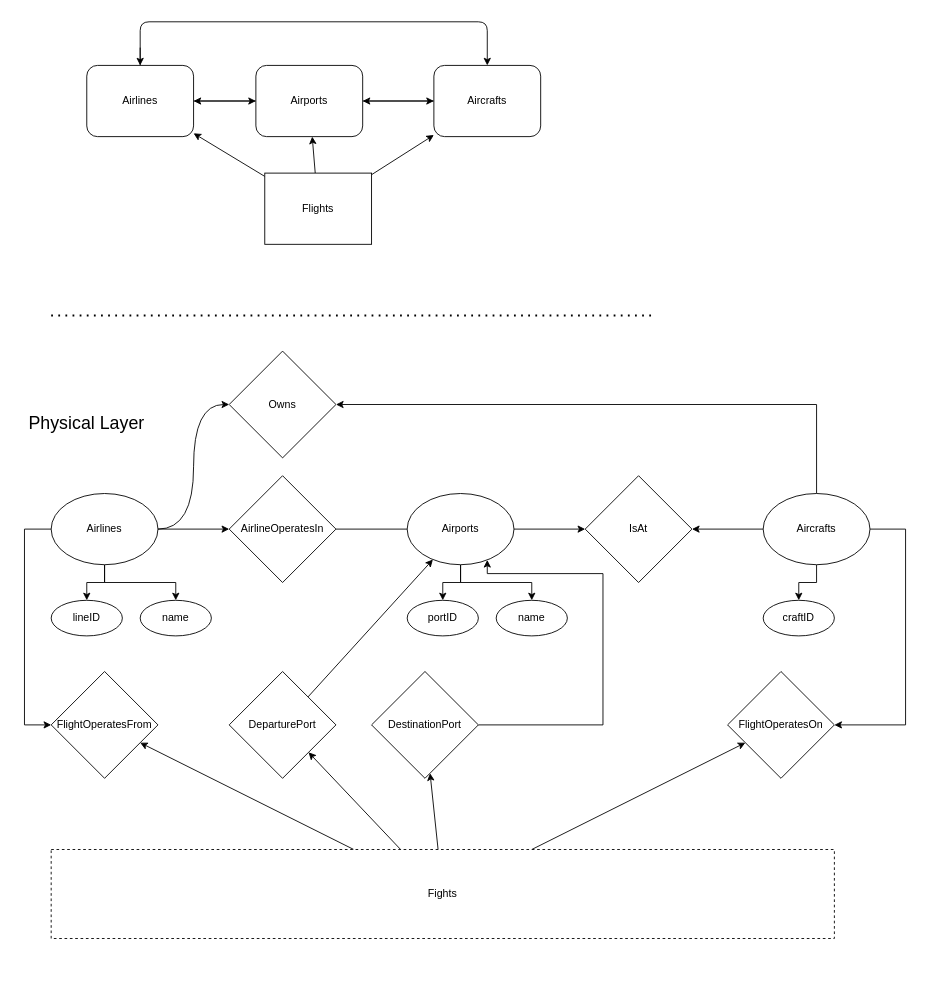
Before: page "PhysicalLayer" (3 of 7) of ERDiagram.drawio in kyle4036/DatabaseManagement2026Project1, a draw.io diagram. Source tidied: cells renumbered, new cells numbered last; positions are measured from the earlier drawing's top-left corner, leaving out a move shared by most shapes. Both pictures are drawn from the tidied source at 89%, with x=0, y=0 at pixel (15, 21).
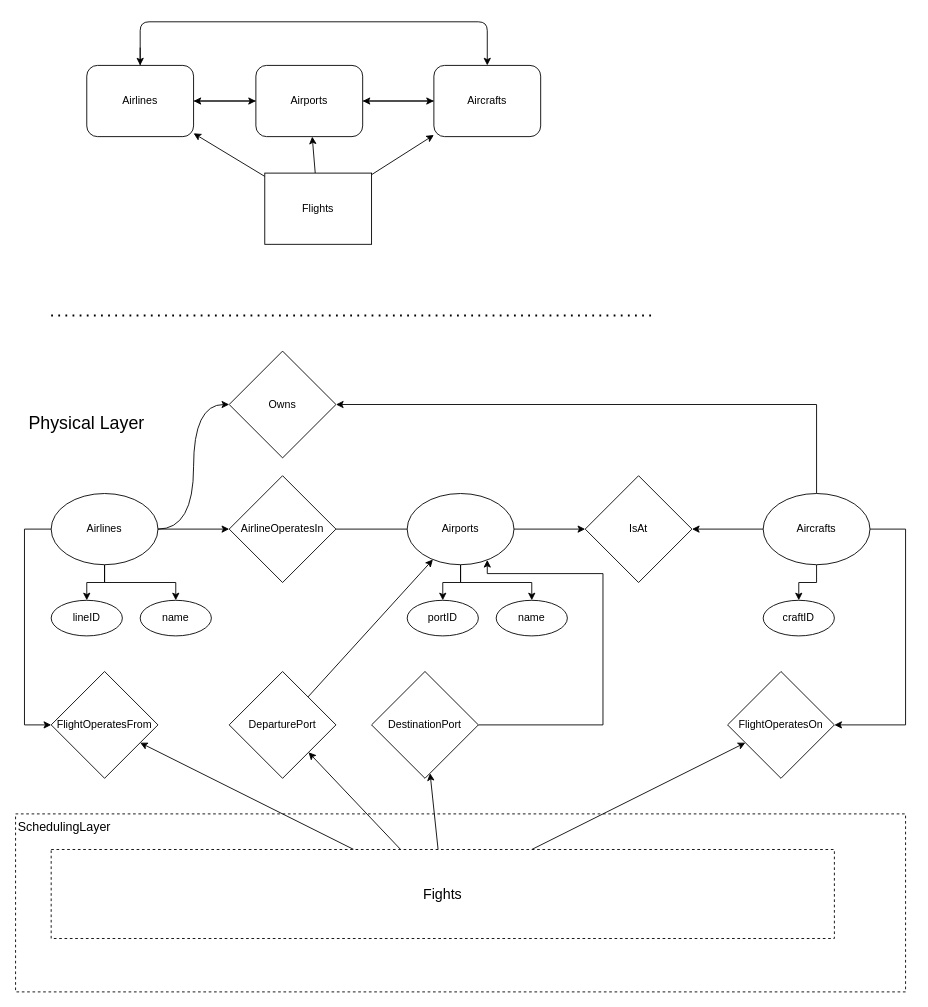
Above is the later version.

Commit message (it also covers changes not shown here):
PhysicalLayer house keeping

Change to the diagram source:
```diff
@@
+    <mxCell id="52" style="rounded=0;whiteSpace=wrap;html=1;dashed=1;" parent="1" vertex="1">
+      <mxGeometry y="890" width="1000" height="200" as="geometry" />
+    </mxCell>
@@
-    <mxCell id="43" value="Fights" style="rounded=0;whiteSpace=wrap;html=1;dashed=1;" parent="1" vertex="1">
+    <mxCell id="43" value="&lt;font style=&quot;font-size: 16px;&quot;&gt;Fights&lt;/font&gt;" style="rounded=0;whiteSpace=wrap;html=1;dashed=1;" parent="1" vertex="1">
       <mxGeometry x="40" y="930" width="880" height="100" as="geometry" />
     </mxCell>
@@
+    <mxCell id="53" value="&lt;font style=&quot;font-size: 14px;&quot;&gt;SchedulingLayer&lt;/font&gt;" style="text;html=1;whiteSpace=wrap;strokeColor=none;fillColor=none;align=center;verticalAlign=middle;rounded=0;" parent="1" vertex="1">
+      <mxGeometry y="890" width="110" height="30" as="geometry" />
+    </mxCell>
```
